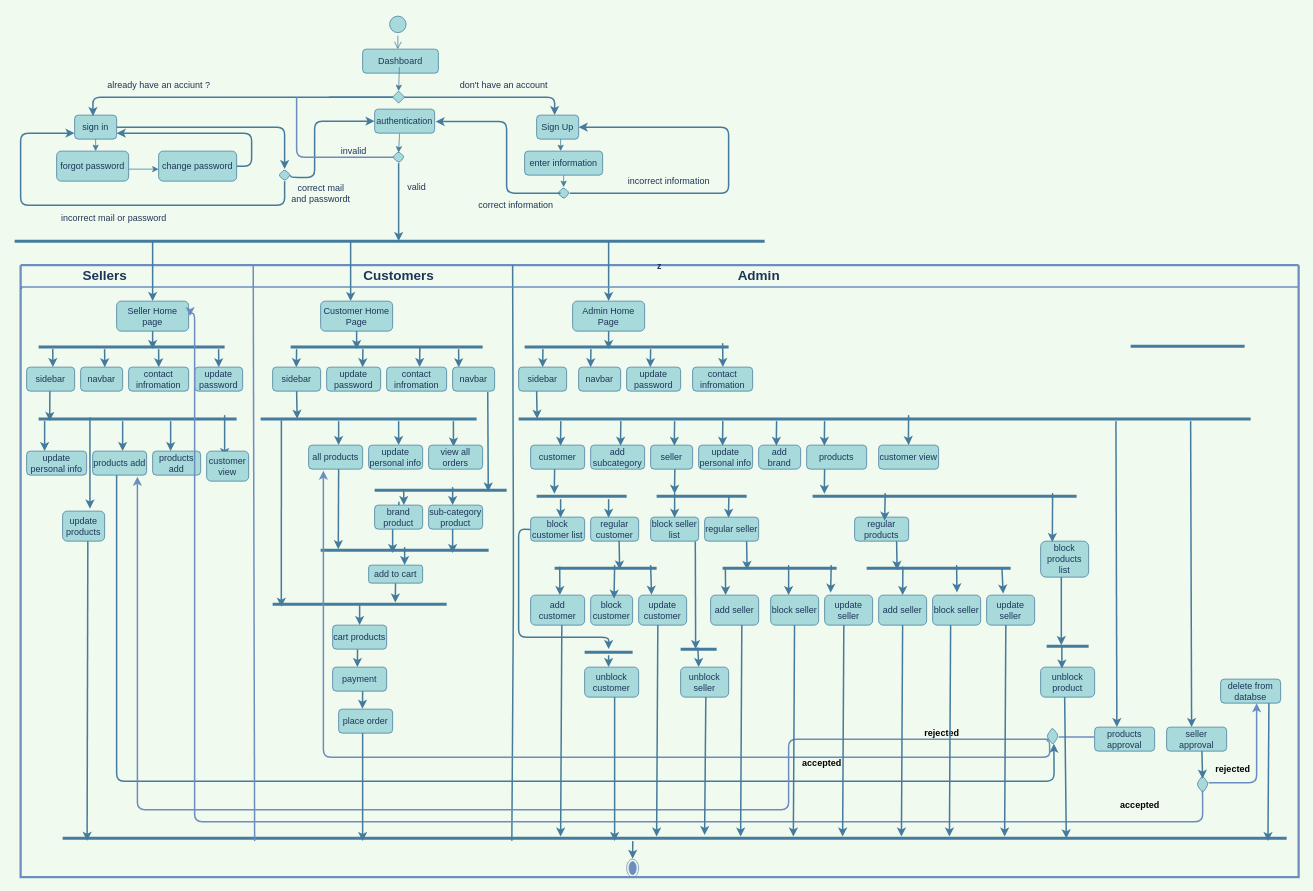
Earlier version of the draw.io diagram Activity Diagram.drawio (Nasrinjaha/Click-Collect). Source tidied: cells renumbered, new cells numbered last; positions are measured from the earlier drawing's top-left corner, leaving out a move shared by most shapes. Both pictures are drawn from the tidied source at 75%, with x=0, y=0 at pixel (14, 13).
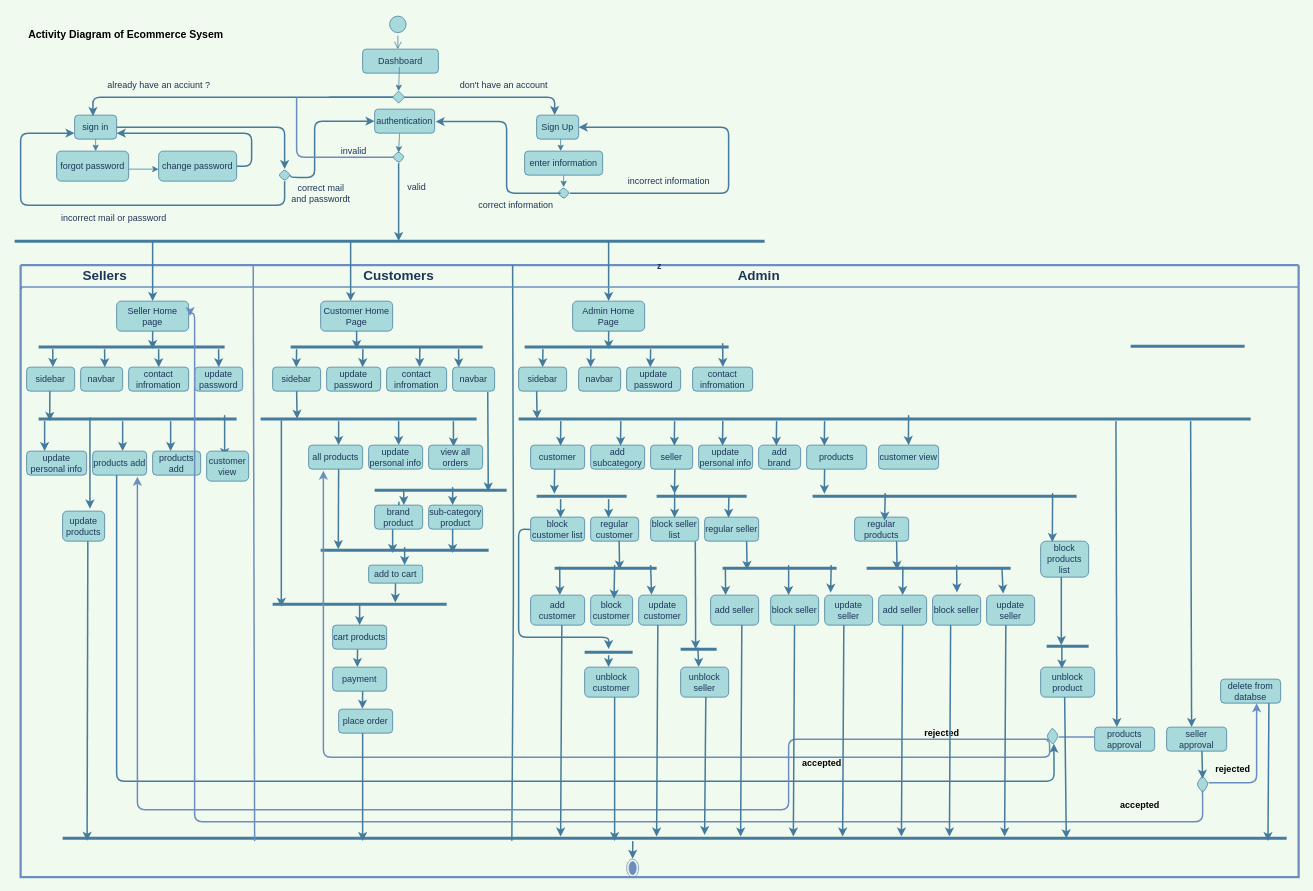
The same diagram, later.

The edit, as a diff of the source:
```diff
@@
+    <mxCell id="234" value="&lt;b&gt;&lt;font style=&quot;font-size: 14px;&quot;&gt;Activity Diagram of Ecommerce Sysem&lt;/font&gt;&lt;/b&gt;" style="text;html=1;align=center;verticalAlign=middle;strokeColor=none;fillColor=none;" parent="1" vertex="1">
+      <mxGeometry x="8" y="8" width="280" height="40" as="geometry" />
+    </mxCell>
```
